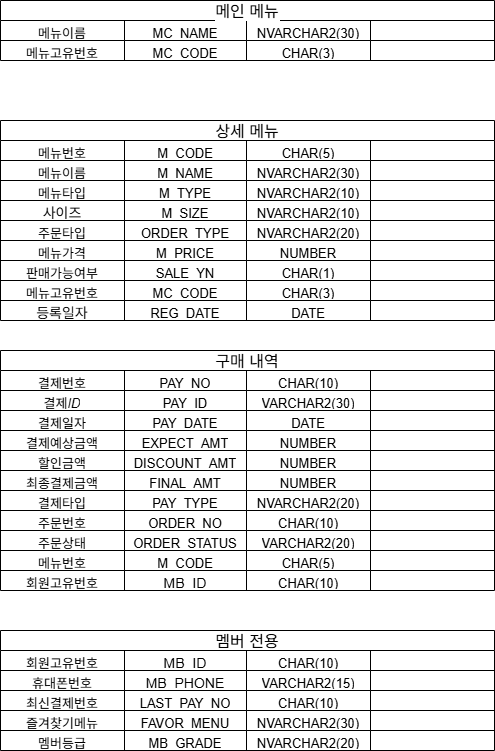
Before: docs/논리적모델링 지윤.drawio.png, a diagram exported from draw.io (2605-training-team01/project01). Source tidied: cells renumbered, new cells last; positions are measured from the earlier drawing's top-left corner, leaving out a move shared by most shapes.
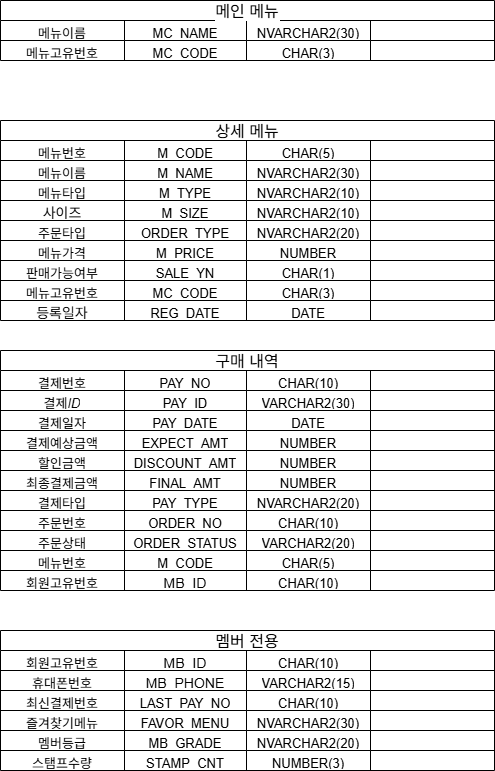
The same diagram one commit later.

Commit message:
멤버전용 스탬프수량 추가

Diff of the diagram source:
```diff
@@ -342,7 +342,7 @@
       <mxGeometry x="370" width="124" height="20" as="geometry" />
     </mxCell>
     <mxCell id="115" value="멤버 전용" style="shape=table;startSize=20;strokeColor=default;fontSize=16;align=center;verticalAlign=middle;fontFamily=Helvetica;fontColor=default;fontStyle=0;horizontal=1;fillColor=default;" parent="1" vertex="1">
-      <mxGeometry y="630" width="494" height="120" as="geometry" />
+      <mxGeometry y="630" width="494" height="140" as="geometry" />
     </mxCell>
     <mxCell id="116" style="shape=tableRow;horizontal=0;startSize=0;swimlaneHead=0;swimlaneBody=0;strokeColor=inherit;top=0;left=0;bottom=0;right=0;fillColor=none;fontSize=16;align=center;verticalAlign=middle;fontFamily=Helvetica;fontColor=default;fontStyle=0;" parent="115" vertex="1">
       <mxGeometry y="20" width="494" height="20" as="geometry" />
@@ -419,5 +419,20 @@
     <mxCell id="140" style="shape=partialRectangle;html=1;whiteSpace=wrap;strokeColor=inherit;overflow=hidden;fillColor=none;top=0;left=0;bottom=0;right=0;fontSize=16;align=center;verticalAlign=middle;fontFamily=Helvetica;fontColor=default;fontStyle=0;horizontal=1;" parent="136" vertex="1">
       <mxGeometry x="370" width="124" height="20" as="geometry" />
     </mxCell>
+    <mxCell id="141" style="shape=tableRow;horizontal=0;startSize=0;swimlaneHead=0;swimlaneBody=0;strokeColor=inherit;top=0;left=0;bottom=0;right=0;fillColor=none;fontSize=16;align=center;verticalAlign=middle;fontFamily=Helvetica;fontColor=default;fontStyle=0;" parent="115" vertex="1">
+      <mxGeometry y="120" width="494" height="20" as="geometry" />
+    </mxCell>
+    <mxCell id="142" value="&lt;font style=&quot;font-size: 13px;&quot;&gt;스탬프수량&lt;/font&gt;" style="shape=partialRectangle;html=1;whiteSpace=wrap;strokeColor=inherit;overflow=hidden;fillColor=none;top=0;left=0;bottom=0;right=0;fontSize=16;align=center;verticalAlign=middle;fontFamily=Helvetica;fontColor=default;fontStyle=0;horizontal=1;" parent="141" vertex="1">
+      <mxGeometry width="124" height="20" as="geometry" />
+    </mxCell>
+    <mxCell id="143" value="&lt;font style=&quot;font-size: 13px;&quot;&gt;STAMP_CNT&lt;/font&gt;" style="shape=partialRectangle;html=1;whiteSpace=wrap;strokeColor=inherit;overflow=hidden;fillColor=none;top=0;left=0;bottom=0;right=0;fontSize=16;align=center;verticalAlign=middle;fontFamily=Helvetica;fontColor=default;fontStyle=0;horizontal=1;" parent="141" vertex="1">
+      <mxGeometry x="124" width="122" height="20" as="geometry" />
+    </mxCell>
+    <mxCell id="144" value="&lt;font style=&quot;font-size: 13px;&quot;&gt;NUMBER(3)&lt;/font&gt;" style="shape=partialRectangle;html=1;whiteSpace=wrap;strokeColor=inherit;overflow=hidden;fillColor=none;top=0;left=0;bottom=0;right=0;fontSize=16;align=center;verticalAlign=middle;fontFamily=Helvetica;fontColor=default;fontStyle=0;horizontal=1;" parent="141" vertex="1">
+      <mxGeometry x="246" width="124" height="20" as="geometry" />
+    </mxCell>
+    <mxCell id="145" style="shape=partialRectangle;html=1;whiteSpace=wrap;strokeColor=inherit;overflow=hidden;fillColor=none;top=0;left=0;bottom=0;right=0;fontSize=16;align=center;verticalAlign=middle;fontFamily=Helvetica;fontColor=default;fontStyle=0;horizontal=1;" parent="141" vertex="1">
+      <mxGeometry x="370" width="124" height="20" as="geometry" />
+    </mxCell>
   </root>
 </mxGraphModel>
```
